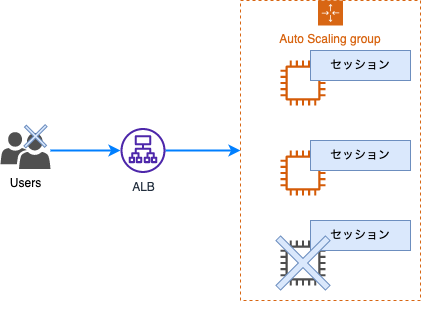
Earlier version of the draw.io export drawio/chapter3/chapter3-Page-11.drawio.png (staywokeliu/aws-sysops-associate). Source tidied: cells renumbered, new cells last; positions are measured from the earlier drawing's top-left corner, leaving out a move shared by most shapes.
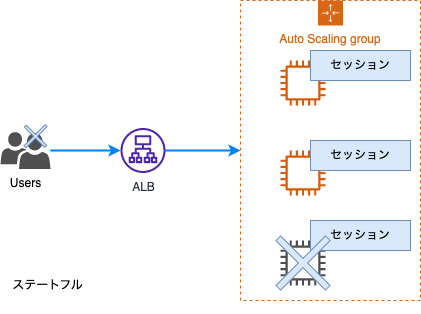
After the change.

What changed in the source:
```diff
@@ -46,5 +46,8 @@
     <mxCell id="15" style="shape=cross;whiteSpace=wrap;html=1;rotation=-45;size=0.09378136785619587;fillColor=#dae8fc;strokeColor=#6c8ebf;" parent="1" vertex="1">
       <mxGeometry x="20" y="121.5" width="30" height="28.5" as="geometry" />
     </mxCell>
+    <mxCell id="16" value="ステートフル" style="text;strokeColor=none;align=center;fillColor=none;html=1;verticalAlign=middle;whiteSpace=wrap;rounded=0;" parent="1" vertex="1">
+      <mxGeometry y="270" width="95" height="30" as="geometry" />
+    </mxCell>
   </root>
 </mxGraphModel>
```
